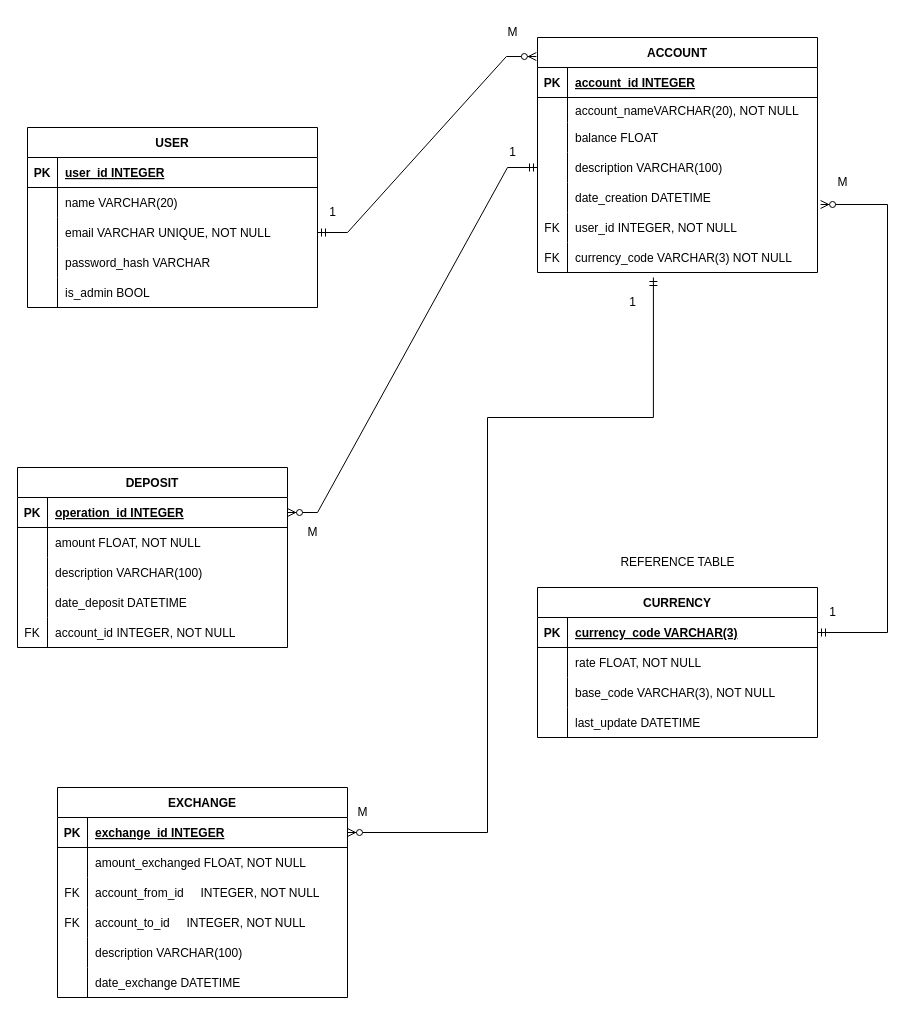
Before: Currency_exchange.drawio in danilo90lan/API_Web_Server_Currency_Exchange, a draw.io diagram. Source tidied: cells renumbered, new cells numbered last; positions are measured from the earlier drawing's top-left corner, leaving out a move shared by most shapes. Both pictures are drawn from the tidied source at 100%, with x=0, y=0 at pixel (17, 17).
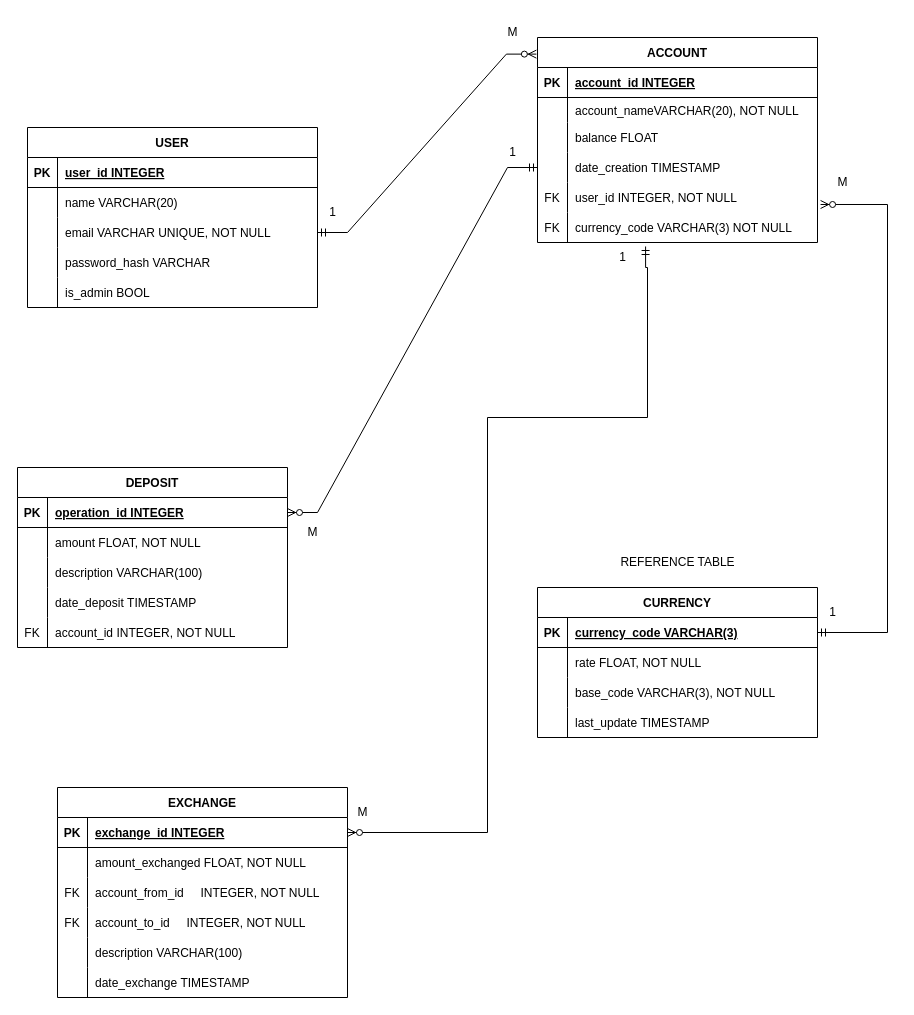
The same page after the edit.

Unchanged cells that the change refers to:
```xml
<mxCell id="28" style="shape=partialRectangle;fillColor=none;points=[[0,0.5],[1,0.5]];portConstraint=eastwest;top=0;left=0;right=0;bottom=0;" parent="18" vertex="1">
  <mxGeometry y="115" width="280" height="30" as="geometry" />
</mxCell>
<mxCell id="31" style="shape=partialRectangle;fillColor=none;points=[[0,0.5],[1,0.5]];portConstraint=eastwest;top=0;left=0;right=0;bottom=0;" parent="18" vertex="1">
  <mxGeometry y="145" width="280" height="30" as="geometry" />
</mxCell>
<mxCell id="34" style="shape=partialRectangle;fillColor=none;points=[[0,0.5],[1,0.5]];portConstraint=eastwest;top=0;left=0;right=0;bottom=0;" parent="18" vertex="1">
  <mxGeometry y="175" width="280" height="30" as="geometry" />
</mxCell>
<mxCell id="50" style="shape=partialRectangle;fillColor=none;top=0;left=0;right=0;bottom=0;" parent="40" vertex="1">
  <mxGeometry y="120" width="270" height="30" as="geometry" />
</mxCell>
<mxCell id="57" style="shape=partialRectangle;fillColor=none;points=[[0,0.5],[1,0.5]];portConstraint=eastwest;top=0;left=0;right=0;bottom=1;" parent="56" vertex="1">
  <mxGeometry y="30" width="290" height="30" as="geometry" />
</mxCell>
<mxCell id="72" style="shape=partialRectangle;fillColor=none;top=0;left=0;right=0;bottom=0;" parent="56" vertex="1">
  <mxGeometry y="180" width="290" height="30" as="geometry" />
</mxCell>
<mxCell id="89" style="shape=partialRectangle;fillColor=none;top=0;left=0;right=0;bottom=0;" parent="79" vertex="1">
  <mxGeometry y="120" width="280" height="30" as="geometry" />
</mxCell>
```

Change to the diagram source:
```diff
@@
     <mxCell id="18" value="ACCOUNT" style="shape=table;startSize=30;childLayout=tableLayout;rowLines=0;fontStyle=1;align=center;" parent="1" vertex="1">
-      <mxGeometry x="520" y="20" width="280" height="235" as="geometry" />
+      <mxGeometry x="520" y="20" width="280" height="205" as="geometry" />
     </mxCell>
@@
-    <mxCell id="30" value="description VARCHAR(100)" style="shape=partialRectangle;overflow=hidden;fillColor=none;top=0;left=0;bottom=0;right=0;align=left;spacingLeft=6;" parent="28" vertex="1">
+    <mxCell id="30" value="date_creation TIMESTAMP" style="shape=partialRectangle;overflow=hidden;fillColor=none;top=0;left=0;bottom=0;right=0;align=left;spacingLeft=6;" parent="28" vertex="1">
       <mxGeometry x="30" width="250" height="30" as="geometry" />
     </mxCell>
@@
-    <mxCell id="32" style="shape=partialRectangle;overflow=hidden;fillColor=none;top=0;left=0;bottom=0;right=0;" parent="31" vertex="1">
+    <mxCell id="32" value="FK" style="shape=partialRectangle;overflow=hidden;fillColor=none;top=0;left=0;bottom=0;right=0;" parent="31" vertex="1">
       <mxGeometry width="30" height="30" as="geometry" />
     </mxCell>
-    <mxCell id="33" value="date_creation DATETIME" style="shape=partialRectangle;overflow=hidden;fillColor=none;top=0;left=0;bottom=0;right=0;align=left;spacingLeft=6;" parent="31" vertex="1">
+    <mxCell id="33" value="user_id INTEGER, NOT NULL" style="shape=partialRectangle;overflow=hidden;fillColor=none;top=0;left=0;bottom=0;right=0;align=left;spacingLeft=6;" parent="31" vertex="1">
       <mxGeometry x="30" width="250" height="30" as="geometry" />
     </mxCell>
@@
-    <mxCell id="36" value="user_id INTEGER, NOT NULL" style="shape=partialRectangle;overflow=hidden;fillColor=none;top=0;left=0;bottom=0;right=0;align=left;spacingLeft=6;" parent="34" vertex="1">
+    <mxCell id="36" value="currency_code VARCHAR(3) NOT NULL" style="shape=partialRectangle;overflow=hidden;fillColor=none;top=0;left=0;bottom=0;right=0;align=left;spacingLeft=6;" parent="34" vertex="1">
       <mxGeometry x="30" width="250" height="30" as="geometry" />
     </mxCell>
-    <mxCell id="37" style="shape=partialRectangle;fillColor=none;points=[[0,0.5],[1,0.5]];portConstraint=eastwest;top=0;left=0;right=0;bottom=0;" parent="18" vertex="1">
-      <mxGeometry y="205" width="280" height="30" as="geometry" />
-    </mxCell>
-    <mxCell id="38" value="FK" style="shape=partialRectangle;overflow=hidden;fillColor=none;top=0;left=0;bottom=0;right=0;" parent="37" vertex="1">
-      <mxGeometry width="30" height="30" as="geometry" />
-    </mxCell>
-    <mxCell id="39" value="currency_code VARCHAR(3) NOT NULL" style="shape=partialRectangle;overflow=hidden;fillColor=none;top=0;left=0;bottom=0;right=0;align=left;spacingLeft=6;" parent="37" vertex="1">
-      <mxGeometry x="30" width="250" height="30" as="geometry" />
-    </mxCell>
@@
-    <mxCell id="52" value="date_deposit DATETIME" style="shape=partialRectangle;overflow=hidden;fillColor=none;top=0;left=0;bottom=0;right=0;align=left;spacingLeft=6;" parent="50" vertex="1">
+    <mxCell id="52" value="date_deposit TIMESTAMP" style="shape=partialRectangle;overflow=hidden;fillColor=none;top=0;left=0;bottom=0;right=0;align=left;spacingLeft=6;" parent="50" vertex="1">
       <mxGeometry x="30" width="240" height="30" as="geometry" />
     </mxCell>
@@
-    <mxCell id="74" value="date_exchange DATETIME" style="shape=partialRectangle;overflow=hidden;fillColor=none;top=0;left=0;bottom=0;right=0;align=left;spacingLeft=6;" parent="72" vertex="1">
+    <mxCell id="74" value="date_exchange TIMESTAMP" style="shape=partialRectangle;overflow=hidden;fillColor=none;top=0;left=0;bottom=0;right=0;align=left;spacingLeft=6;" parent="72" vertex="1">
       <mxGeometry x="30" width="260" height="30" as="geometry" />
     </mxCell>
@@
-    <mxCell id="91" value="last_update DATETIME" style="shape=partialRectangle;overflow=hidden;fillColor=none;top=0;left=0;bottom=0;right=0;align=left;spacingLeft=6;" parent="89" vertex="1">
+    <mxCell id="91" value="last_update TIMESTAMP" style="shape=partialRectangle;overflow=hidden;fillColor=none;top=0;left=0;bottom=0;right=0;align=left;spacingLeft=6;" parent="89" vertex="1">
       <mxGeometry x="30" width="250" height="30" as="geometry" />
     </mxCell>
@@
     <mxCell id="93" value="1" style="text;html=1;align=center;verticalAlign=middle;strokeColor=none;fillColor=none;" parent="1" vertex="1">
-      <mxGeometry x="600" y="270" width="30" height="30" as="geometry" />
+      <mxGeometry x="590" y="225" width="30" height="30" as="geometry" />
     </mxCell>
@@
-    <mxCell id="99" style="edgeStyle=orthogonalEdgeStyle;fontSize=12;html=1;endArrow=ERzeroToMany;startArrow=ERmandOne;rounded=0;entryX=1;entryY=0.5;entryDx=0;entryDy=0;exitX=0.414;exitY=1.167;exitDx=0;exitDy=0;exitPerimeter=0;" parent="1" edge="1" source="37" target="57">
+    <mxCell id="99" style="edgeStyle=orthogonalEdgeStyle;fontSize=12;html=1;endArrow=ERzeroToMany;startArrow=ERmandOne;rounded=0;entryX=1;entryY=0.5;entryDx=0;entryDy=0;exitX=0.386;exitY=1.133;exitDx=0;exitDy=0;exitPerimeter=0;" parent="1" edge="1" source="34" target="57">
       <mxGeometry relative="1" as="geometry">
         <Array as="points">
-          <mxPoint x="636" y="400" />
+          <mxPoint x="628" y="250" />
+          <mxPoint x="630" y="250" />
+          <mxPoint x="630" y="400" />
           <mxPoint x="470" y="400" />
           <mxPoint x="470" y="815" />
         </Array>
       </mxGeometry>
     </mxCell>
```
